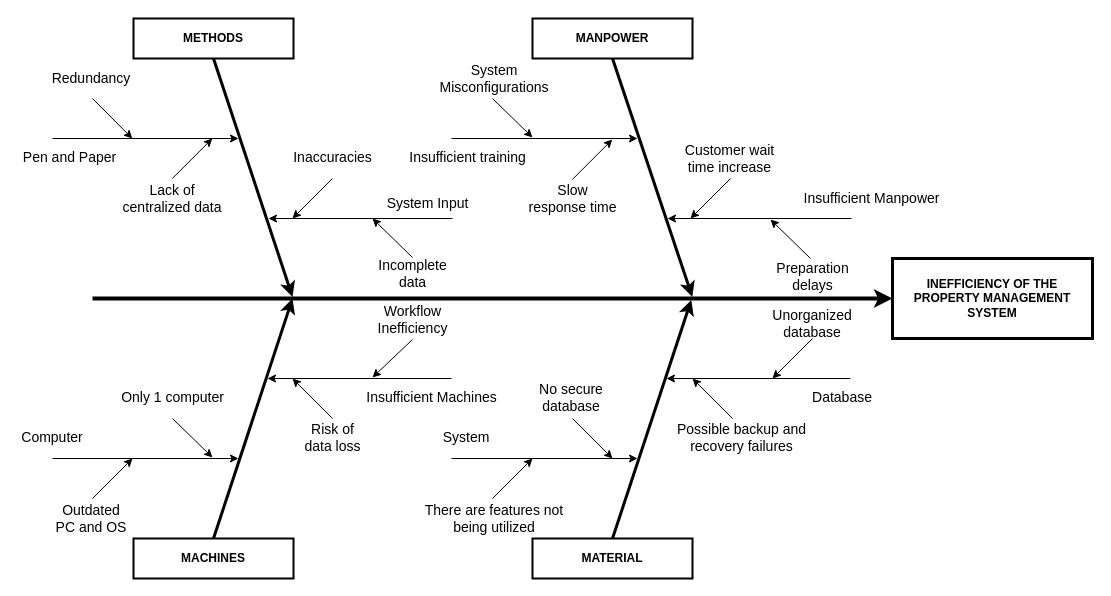
Earlier version of the draw.io diagram CC13/LeFernIshikawa.drawio (doyaoencab/draw.io). Source tidied: cells renumbered, new cells numbered last; positions are measured from the earlier drawing's top-left corner, leaving out a move shared by most shapes. Both pictures are drawn from the tidied source at 100%, with x=0, y=0 at pixel (17, 18).
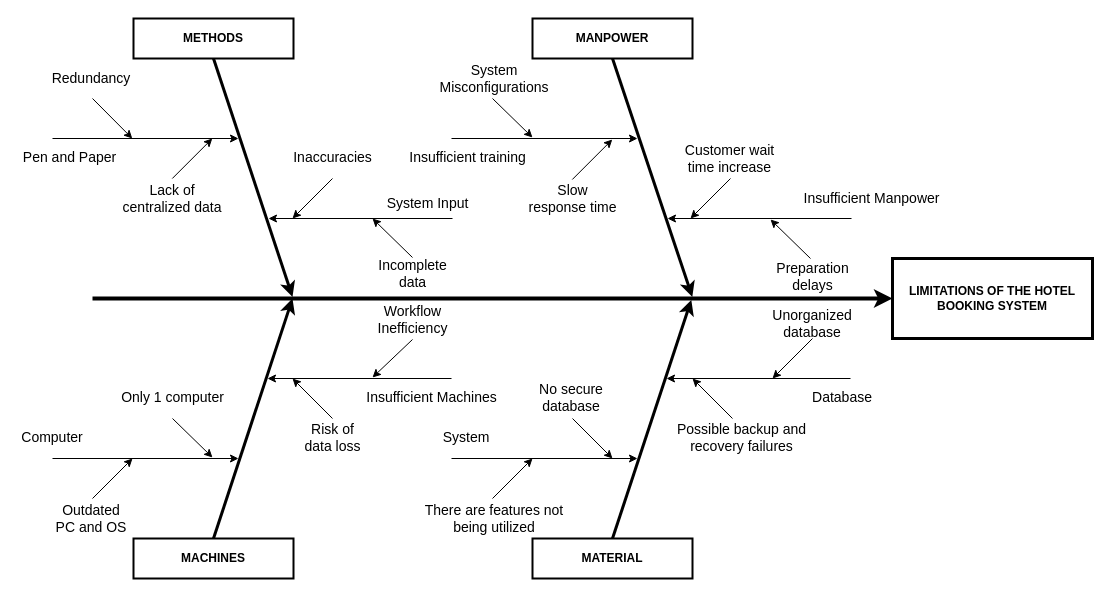
The same page after the edit.

Change to the diagram source:
```diff
@@
-    <mxCell id="2" value="INEFFICIENCY OF THE PROPERTY MANAGEMENT SYSTEM" style="whiteSpace=wrap;strokeWidth=3;fontStyle=1;" parent="1" vertex="1">
+    <mxCell id="2" value="LIMITATIONS OF THE HOTEL BOOKING SYSTEM" style="whiteSpace=wrap;strokeWidth=3;fontStyle=1;" parent="1" vertex="1">
       <mxGeometry x="875" y="240" width="200" height="80" as="geometry" />
     </mxCell>
```
